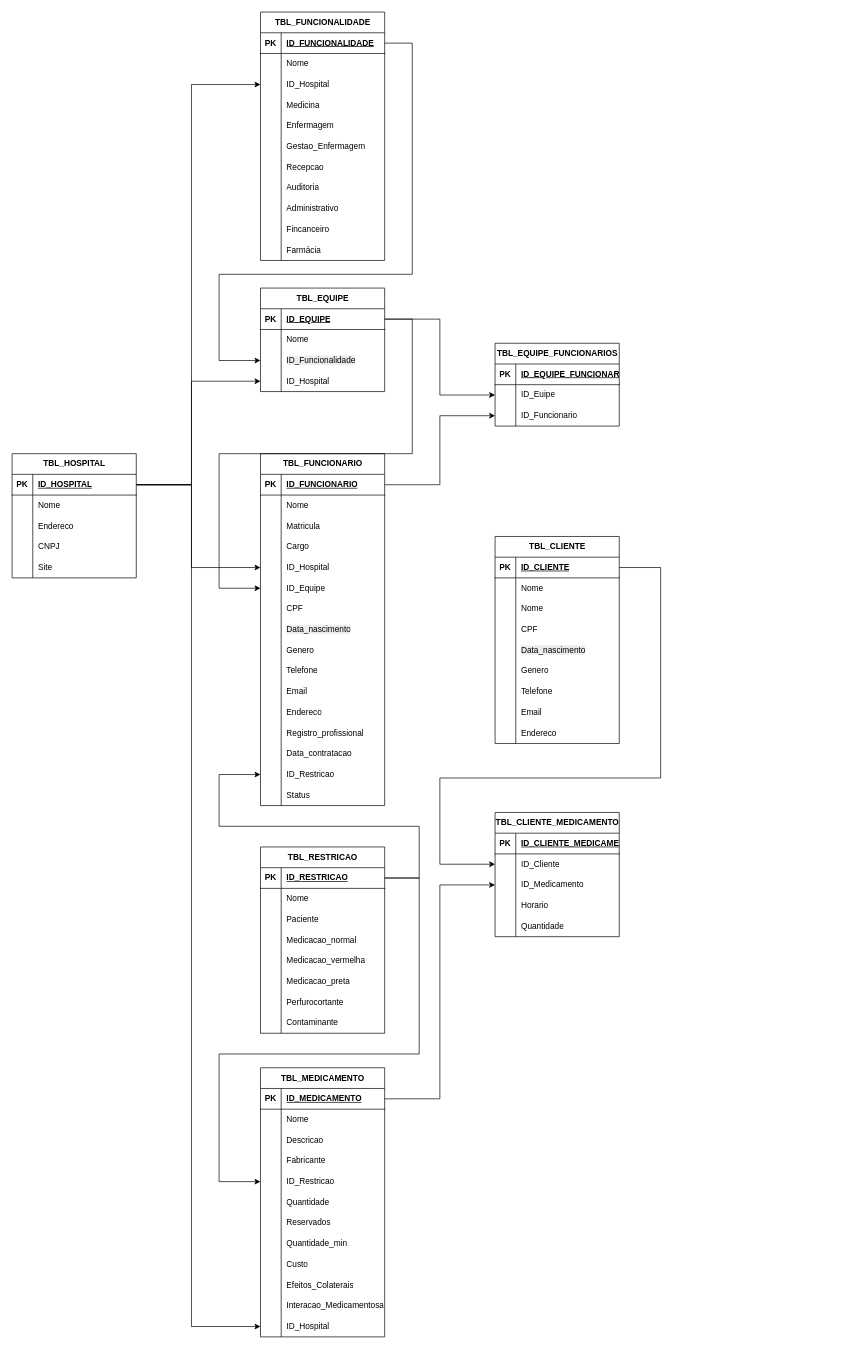
Above: MedFlow_Tabelas.drawio in Bamenga/Back_Tabelas_MedFlow (draw.io), before the change. Source tidied: cells renumbered, new cells numbered last; positions are measured from the earlier drawing's top-left corner, leaving out a move shared by most shapes. Both pictures are drawn from the tidied source at 69%, with x=0, y=0 at pixel (12, 12).
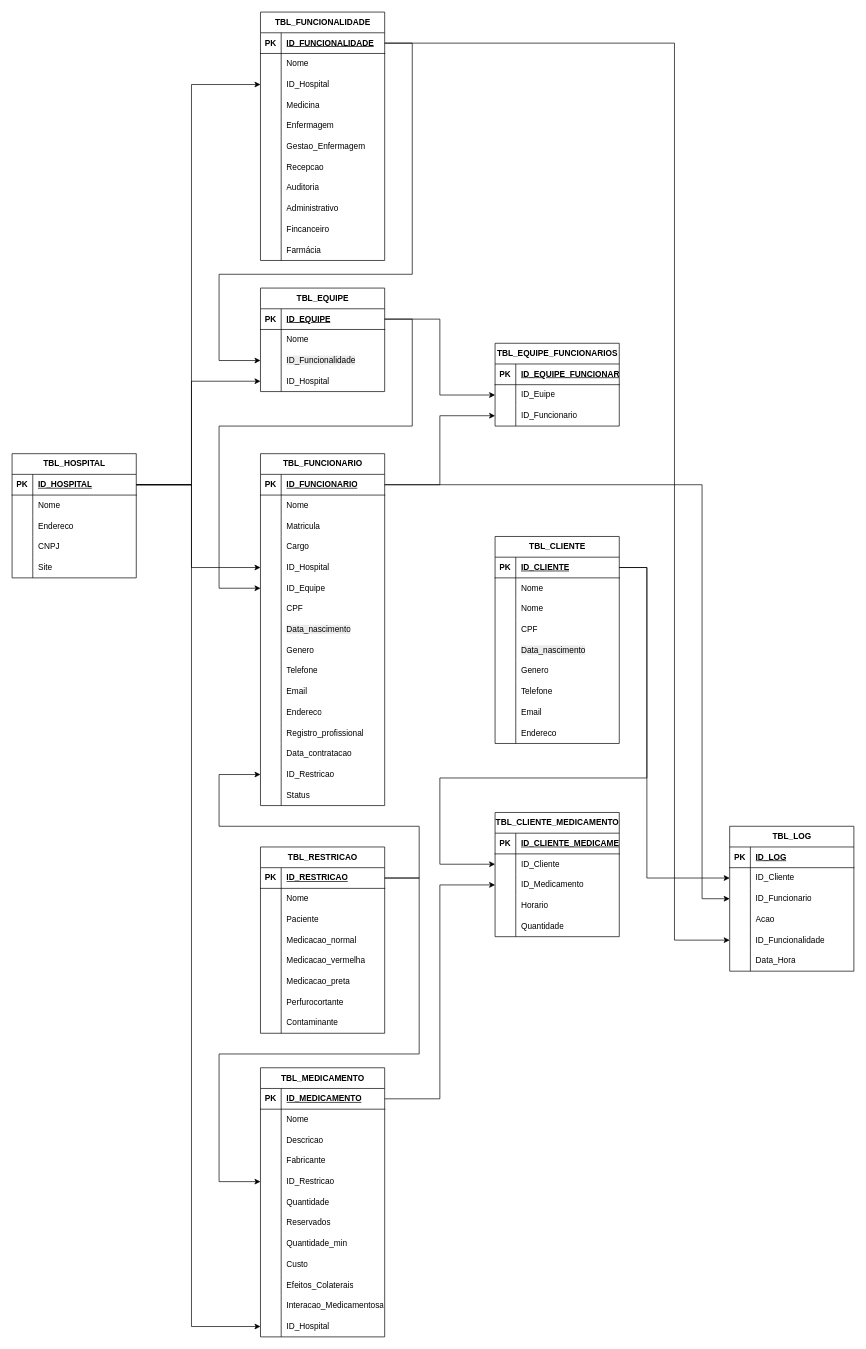
The same page after the edit.

The change refers to these unchanged cells:
```xml
<mxCell id="19" style="shape=tableRow;horizontal=0;startSize=0;swimlaneHead=0;swimlaneBody=0;fillColor=none;points=[[0,0.5],[1,0.5]];portConstraint=eastwest;top=0;left=0;right=0;bottom=1;" parent="18" vertex="1">
  <mxGeometry y="30" width="180" height="30" as="geometry" />
</mxCell>
<mxCell id="32" style="shape=tableRow;horizontal=0;startSize=0;swimlaneHead=0;swimlaneBody=0;fillColor=none;points=[[0,0.5],[1,0.5]];portConstraint=eastwest;top=0;left=0;right=0;bottom=1;" parent="31" vertex="1">
  <mxGeometry y="30" width="180" height="30" as="geometry" />
</mxCell>
<mxCell id="60" style="shape=tableRow;horizontal=0;startSize=0;swimlaneHead=0;swimlaneBody=0;fillColor=none;points=[[0,0.5],[1,0.5]];portConstraint=eastwest;top=0;left=0;right=0;bottom=1;" parent="59" vertex="1">
  <mxGeometry y="30" width="180" height="30" as="geometry" />
</mxCell>
<mxCell id="134" style="shape=tableRow;horizontal=0;startSize=0;swimlaneHead=0;swimlaneBody=0;fillColor=none;points=[[0,0.5],[1,0.5]];portConstraint=eastwest;top=0;left=0;right=0;bottom=0;" parent="130" vertex="1">
  <mxGeometry y="60" width="180" height="30" as="geometry" />
</mxCell>
<mxCell id="157" style="shape=tableRow;horizontal=0;startSize=0;swimlaneHead=0;swimlaneBody=0;fillColor=none;points=[[0,0.5],[1,0.5]];portConstraint=eastwest;top=0;left=0;right=0;bottom=1;" parent="156" vertex="1">
  <mxGeometry y="30" width="180" height="30" as="geometry" />
</mxCell>
<mxCell id="172" style="shape=tableRow;horizontal=0;startSize=0;swimlaneHead=0;swimlaneBody=0;fillColor=none;points=[[0,0.5],[1,0.5]];portConstraint=eastwest;top=0;left=0;right=0;bottom=0;" parent="156" vertex="1">
  <mxGeometry y="180" width="180" height="30" as="geometry" />
</mxCell>
```

The edit, as a diff of the source:
```diff
@@
     <mxCell id="238" style="edgeStyle=orthogonalEdgeStyle;rounded=0;jettySize=auto;html=1;exitX=1;exitY=0.5;exitDx=0;exitDy=0;entryX=0;entryY=0.5;entryDx=0;entryDy=0;" parent="1" edge="1" source="19" target="172">
       <mxGeometry relative="1" as="geometry">
         <Array as="points">
           <mxPoint x="580" y="445" />
-          <mxPoint x="580" y="640" />
-          <mxPoint x="300" y="640" />
+          <mxPoint x="580" y="600" />
+          <mxPoint x="300" y="600" />
           <mxPoint x="300" y="835" />
         </Array>
       </mxGeometry>
     </mxCell>
@@
     <mxCell id="241" style="edgeStyle=orthogonalEdgeStyle;rounded=0;jettySize=auto;html=1;exitX=1;exitY=0.5;exitDx=0;exitDy=0;entryX=0;entryY=0.5;entryDx=0;entryDy=0;" parent="1" edge="1" source="32" target="134">
       <mxGeometry relative="1" as="geometry">
         <Array as="points">
-          <mxPoint x="940" y="805" />
-          <mxPoint x="940" y="1110" />
+          <mxPoint x="920" y="805" />
+          <mxPoint x="920" y="1110" />
           <mxPoint x="620" y="1110" />
           <mxPoint x="620" y="1235" />
         </Array>
       </mxGeometry>
     </mxCell>
@@
+    <mxCell id="243" value="TBL_LOG" style="shape=table;startSize=30;childLayout=tableLayout;rowLines=0;fontStyle=1;align=center;html=1;" parent="1" vertex="1">
+      <mxGeometry x="1040" y="1180" width="180" height="210" as="geometry" />
+    </mxCell>
+    <mxCell id="244" style="shape=tableRow;horizontal=0;startSize=0;swimlaneHead=0;swimlaneBody=0;fillColor=none;top=0;left=0;right=0;bottom=1;" parent="243" vertex="1">
+      <mxGeometry y="30" width="180" height="30" as="geometry" />
+    </mxCell>
+    <mxCell id="245" value="PK" style="shape=partialRectangle;fillColor=none;top=0;left=0;bottom=0;right=0;fontStyle=1;overflow=hidden;whiteSpace=wrap;html=1;" parent="244" vertex="1">
+      <mxGeometry width="30" height="30" as="geometry" />
+    </mxCell>
+    <mxCell id="246" value="ID_LOG" style="shape=partialRectangle;fillColor=none;top=0;left=0;bottom=0;right=0;align=left;spacingLeft=6;fontStyle=5;overflow=hidden;whiteSpace=wrap;html=1;" parent="244" vertex="1">
+      <mxGeometry x="30" width="150" height="30" as="geometry" />
+    </mxCell>
+    <mxCell id="247" style="shape=tableRow;horizontal=0;startSize=0;swimlaneHead=0;swimlaneBody=0;fillColor=none;points=[[0,0.5],[1,0.5]];portConstraint=eastwest;top=0;left=0;right=0;bottom=0;" parent="243" vertex="1">
+      <mxGeometry y="60" width="180" height="30" as="geometry" />
+    </mxCell>
+    <mxCell id="248" style="shape=partialRectangle;fillColor=none;top=0;left=0;bottom=0;right=0;overflow=hidden;whiteSpace=wrap;html=1;" parent="247" vertex="1">
+      <mxGeometry width="30" height="30" as="geometry" />
+    </mxCell>
+    <mxCell id="249" value="ID_Cliente" style="shape=partialRectangle;fillColor=none;top=0;left=0;bottom=0;right=0;align=left;spacingLeft=6;overflow=hidden;whiteSpace=wrap;html=1;" parent="247" vertex="1">
+      <mxGeometry x="30" width="150" height="30" as="geometry" />
+    </mxCell>
+    <mxCell id="250" style="shape=tableRow;horizontal=0;startSize=0;swimlaneHead=0;swimlaneBody=0;fillColor=none;points=[[0,0.5],[1,0.5]];portConstraint=eastwest;top=0;left=0;right=0;bottom=0;" parent="243" vertex="1">
+      <mxGeometry y="90" width="180" height="30" as="geometry" />
+    </mxCell>
+    <mxCell id="251" style="shape=partialRectangle;fillColor=none;top=0;left=0;bottom=0;right=0;overflow=hidden;whiteSpace=wrap;html=1;" parent="250" vertex="1">
+      <mxGeometry width="30" height="30" as="geometry" />
+    </mxCell>
+    <mxCell id="252" value="ID_Funcionario" style="shape=partialRectangle;fillColor=none;top=0;left=0;bottom=0;right=0;align=left;spacingLeft=6;overflow=hidden;whiteSpace=wrap;html=1;" parent="250" vertex="1">
+      <mxGeometry x="30" width="150" height="30" as="geometry" />
+    </mxCell>
+    <mxCell id="253" style="shape=tableRow;horizontal=0;startSize=0;swimlaneHead=0;swimlaneBody=0;fillColor=none;top=0;left=0;right=0;bottom=0;" parent="243" vertex="1">
+      <mxGeometry y="120" width="180" height="30" as="geometry" />
+    </mxCell>
+    <mxCell id="254" style="shape=partialRectangle;fillColor=none;top=0;left=0;bottom=0;right=0;overflow=hidden;whiteSpace=wrap;html=1;" parent="253" vertex="1">
+      <mxGeometry width="30" height="30" as="geometry" />
+    </mxCell>
+    <mxCell id="255" value="Acao" style="shape=partialRectangle;fillColor=none;top=0;left=0;bottom=0;right=0;align=left;spacingLeft=6;overflow=hidden;whiteSpace=wrap;html=1;" parent="253" vertex="1">
+      <mxGeometry x="30" width="150" height="30" as="geometry" />
+    </mxCell>
+    <mxCell id="256" style="shape=tableRow;horizontal=0;startSize=0;swimlaneHead=0;swimlaneBody=0;fillColor=none;points=[[0,0.5],[1,0.5]];portConstraint=eastwest;top=0;left=0;right=0;bottom=0;" parent="243" vertex="1">
+      <mxGeometry y="150" width="180" height="30" as="geometry" />
+    </mxCell>
+    <mxCell id="257" style="shape=partialRectangle;fillColor=none;top=0;left=0;bottom=0;right=0;overflow=hidden;whiteSpace=wrap;html=1;" parent="256" vertex="1">
+      <mxGeometry width="30" height="30" as="geometry" />
+    </mxCell>
+    <mxCell id="258" value="ID_Funcionalidade" style="shape=partialRectangle;fillColor=none;top=0;left=0;bottom=0;right=0;align=left;spacingLeft=6;overflow=hidden;whiteSpace=wrap;html=1;" parent="256" vertex="1">
+      <mxGeometry x="30" width="150" height="30" as="geometry" />
+    </mxCell>
+    <mxCell id="259" style="shape=tableRow;horizontal=0;startSize=0;swimlaneHead=0;swimlaneBody=0;fillColor=none;top=0;left=0;right=0;bottom=0;" parent="243" vertex="1">
+      <mxGeometry y="180" width="180" height="30" as="geometry" />
+    </mxCell>
+    <mxCell id="260" style="shape=partialRectangle;fillColor=none;top=0;left=0;bottom=0;right=0;overflow=hidden;whiteSpace=wrap;html=1;" parent="259" vertex="1">
+      <mxGeometry width="30" height="30" as="geometry" />
+    </mxCell>
+    <mxCell id="261" value="Data_Hora" style="shape=partialRectangle;fillColor=none;top=0;left=0;bottom=0;right=0;align=left;spacingLeft=6;overflow=hidden;whiteSpace=wrap;html=1;" parent="259" vertex="1">
+      <mxGeometry x="30" width="150" height="30" as="geometry" />
+    </mxCell>
+    <mxCell id="262" style="edgeStyle=orthogonalEdgeStyle;rounded=0;jettySize=auto;html=1;exitX=1;exitY=0.5;exitDx=0;exitDy=0;entryX=0;entryY=0.5;entryDx=0;entryDy=0;" parent="1" edge="1" source="32" target="247">
+      <mxGeometry relative="1" as="geometry">
+        <Array as="points">
+          <mxPoint x="920" y="805" />
+          <mxPoint x="920" y="1255" />
+        </Array>
+      </mxGeometry>
+    </mxCell>
+    <mxCell id="263" style="edgeStyle=orthogonalEdgeStyle;rounded=0;jettySize=auto;html=1;exitX=1;exitY=0.5;exitDx=0;exitDy=0;entryX=0;entryY=0.5;entryDx=0;entryDy=0;" parent="1" edge="1" source="60" target="256">
+      <mxGeometry relative="1" as="geometry">
+        <Array as="points">
+          <mxPoint x="960" y="45" />
+          <mxPoint x="960" y="1345" />
+        </Array>
+      </mxGeometry>
+    </mxCell>
+    <mxCell id="264" style="edgeStyle=orthogonalEdgeStyle;rounded=0;jettySize=auto;html=1;exitX=1;exitY=0.5;exitDx=0;exitDy=0;entryX=0;entryY=0.5;entryDx=0;entryDy=0;" parent="1" edge="1" source="157" target="250">
+      <mxGeometry relative="1" as="geometry">
+        <Array as="points">
+          <mxPoint x="1000" y="685" />
+        </Array>
+      </mxGeometry>
+    </mxCell>
```
